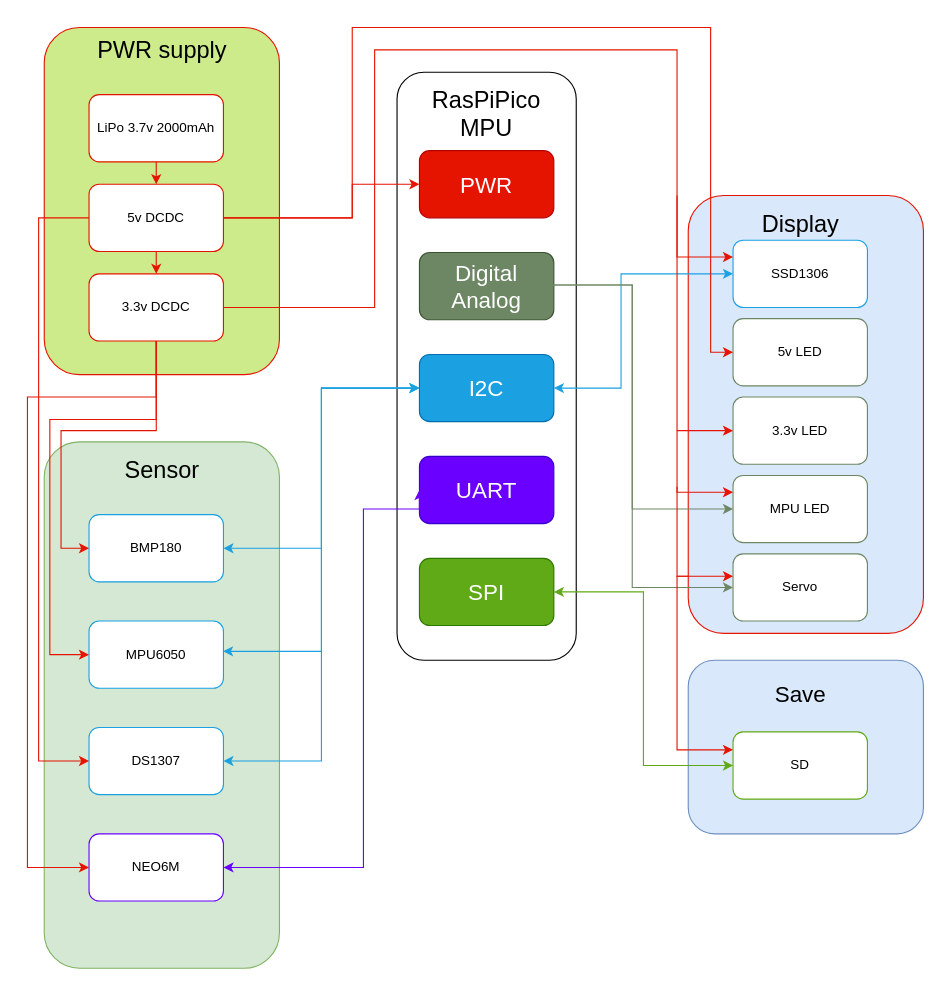
Tail-BackShape/ACSRE-tail keeps this draw.io diagram as FwhitESat/SystemChart/wFsys.drawio. Above is the earlier version. Source tidied: cells renumbered, new cells numbered last; positions are measured from the earlier drawing's top-left corner, leaving out a move shared by most shapes. Both pictures are drawn from the tidied source at 112%, with x=0, y=0 at pixel (27, 27).
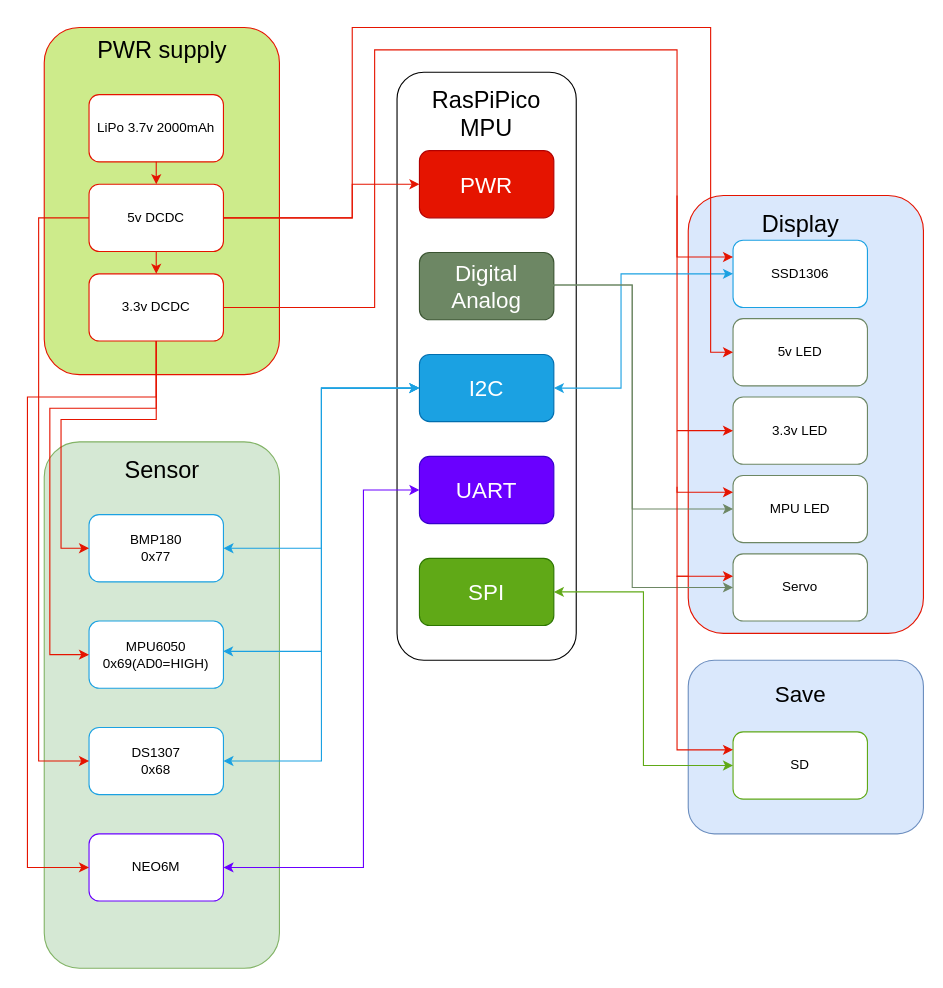
The same diagram, later.

The change refers to these unchanged cells:
```xml
<mxCell id="20" value="3.3v DCDC" style="rounded=1;whiteSpace=wrap;html=1;strokeColor=#e51400;" parent="1" vertex="1">
  <mxGeometry x="55" y="220" width="120" height="60" as="geometry" />
</mxCell>
<mxCell id="23" value="NEO6M" style="rounded=1;whiteSpace=wrap;html=1;strokeColor=#6a00ff;" parent="1" vertex="1">
  <mxGeometry x="55" y="720" width="120" height="60" as="geometry" />
</mxCell>
<mxCell id="24" value="&lt;font style=&quot;font-size: 20px;&quot;&gt;UART&lt;/font&gt;" style="rounded=1;whiteSpace=wrap;html=1;fillColor=#6a00ff;fontColor=#ffffff;strokeColor=#3700CC;" parent="1" vertex="1">
  <mxGeometry x="350" y="383" width="120" height="60" as="geometry" />
</mxCell>
```

The edit, as a diff of the source:
```diff
@@
-    <mxCell id="6" value="BMP180" style="rounded=1;whiteSpace=wrap;html=1;strokeColor=#1ba1e2;" parent="1" vertex="1">
+    <mxCell id="6" value="BMP180&lt;br&gt;0x77" style="rounded=1;whiteSpace=wrap;html=1;strokeColor=#1ba1e2;" parent="1" vertex="1">
       <mxGeometry x="55" y="435" width="120" height="60" as="geometry" />
     </mxCell>
-    <mxCell id="7" value="MPU6050" style="rounded=1;whiteSpace=wrap;html=1;strokeColor=#1ba1e2;" parent="1" vertex="1">
+    <mxCell id="7" value="MPU6050&lt;br&gt;0x69(AD0=HIGH)" style="rounded=1;whiteSpace=wrap;html=1;strokeColor=#1ba1e2;" parent="1" vertex="1">
       <mxGeometry x="55" y="530" width="120" height="60" as="geometry" />
     </mxCell>
@@
-    <mxCell id="10" value="DS1307" style="rounded=1;whiteSpace=wrap;html=1;strokeColor=#1ba1e2;" parent="1" vertex="1">
+    <mxCell id="10" value="DS1307&lt;br&gt;0x68" style="rounded=1;whiteSpace=wrap;html=1;strokeColor=#1ba1e2;" parent="1" vertex="1">
       <mxGeometry x="55" y="625" width="120" height="60" as="geometry" />
     </mxCell>
@@
     <mxCell id="25" style="endArrow=classic;startArrow=classic;html=1;rounded=0;edgeStyle=orthogonalEdgeStyle;exitX=1;exitY=0.5;exitDx=0;exitDy=0;entryX=0;entryY=0.5;entryDx=0;entryDy=0;strokeColor=#6a00ff;" parent="1" edge="1" source="23" target="24">
       <mxGeometry relative="1" as="geometry">
         <Array as="points">
           <mxPoint x="300" y="750" />
-          <mxPoint x="300" y="430" />
+          <mxPoint x="300" y="413" />
         </Array>
       </mxGeometry>
     </mxCell>
@@
     <mxCell id="33" style="endArrow=classic;html=1;rounded=0;exitX=0.5;exitY=1;exitDx=0;exitDy=0;entryX=0;entryY=0.5;entryDx=0;entryDy=0;strokeColor=#e51400;edgeStyle=orthogonalEdgeStyle;" parent="1" edge="1" source="20" target="6">
       <mxGeometry relative="1" as="geometry">
         <Array as="points">
-          <mxPoint x="115" y="360" />
-          <mxPoint x="30" y="360" />
+          <mxPoint x="115" y="350" />
+          <mxPoint x="30" y="350" />
           <mxPoint x="30" y="465" />
         </Array>
       </mxGeometry>
     </mxCell>
@@
     <mxCell id="35" style="endArrow=classic;html=1;rounded=0;exitX=0.5;exitY=1;exitDx=0;exitDy=0;entryX=0;entryY=0.5;entryDx=0;entryDy=0;strokeColor=#e51400;edgeStyle=orthogonalEdgeStyle;" parent="1" edge="1" source="20" target="7">
       <mxGeometry relative="1" as="geometry">
         <Array as="points">
-          <mxPoint x="115" y="350" />
-          <mxPoint x="20" y="350" />
+          <mxPoint x="115" y="340" />
+          <mxPoint x="20" y="340" />
           <mxPoint x="20" y="560" />
         </Array>
       </mxGeometry>
     </mxCell>
```
